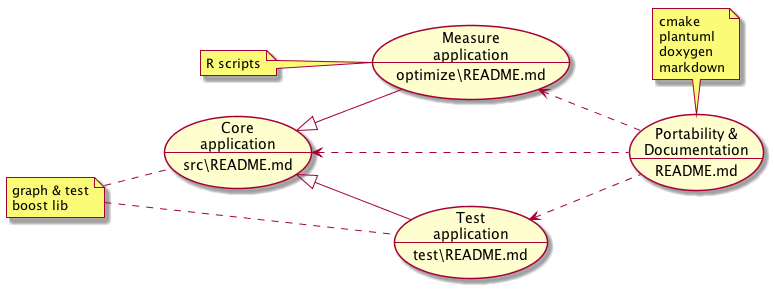
The PlantUML diagram image/approach.png in xue2sheng/GenealogicalTree, before a commit.
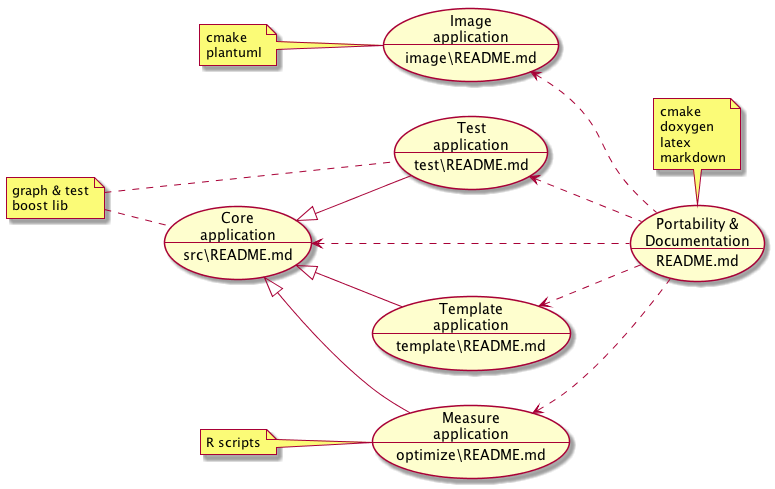
Above is the later version.

The edit, as a diff of the source:
```diff
@@ -1,15 +1,21 @@
 @startuml approach.png
 left to right direction
+(Image\napplication\n--\nimage\README.md) as (Image)
+(Template\napplication\n--\ntemplate\README.md) as (Template)
 (Test\napplication\n--\ntest\README.md) as (Test)
 (Portability &\nDocumentation\n--\nREADME.md) as (Doc)
 (Measure\napplication\n--\noptimize\README.md) as (Measure)
 (Core\napplication\n--\nsrc\README.md) as (Core)
+(Template) <.. (Doc)
+(Image) <.. (Doc)
 (Test) <.. (Doc)
 (Measure) <.. (Doc)
 (Core) <.. (Doc)
+(Core) <|-- (Template)
 (Core) <|-- (Test)
 (Core) <|-- (Measure)
-note top of (Doc): cmake\nplantuml\ndoxygen\nmarkdown
+note top of (Doc): cmake\ndoxygen\nlatex\nmarkdown
+note left of (Image): cmake\nplantuml
 note left of (Measure): R scripts
 note "graph & test\nboost lib" as boost
 boost .. (Core)
```
